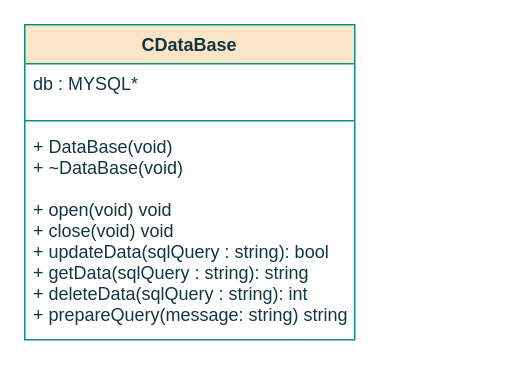
Above: page "CDatabase" (4 of 4) of documentation/flowcharts/RS/Classes.drawio in ESRGgroup9/slipad (draw.io), before the change. Source tidied: cells renumbered, new cells numbered last; positions are measured from the earlier drawing's top-left corner, leaving out a move shared by most shapes. Both pictures are drawn from the tidied source at 150%, with x=0, y=0 at pixel (24, 24).
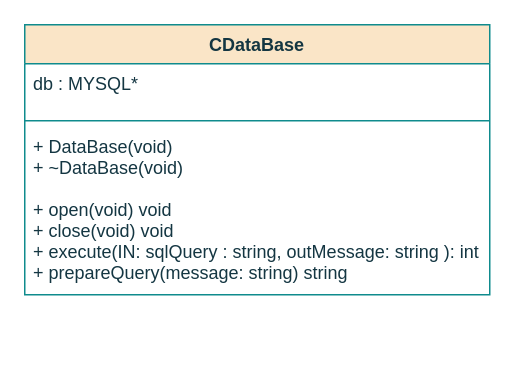
The same diagram, later.

Change to the diagram source:
```diff
@@
 <mxGraphModel>
   <root>
     <mxCell id="0" />
     <mxCell id="1" parent="0" />
     <mxCell id="2" value="CDataBase" style="swimlane;fontStyle=1;align=center;verticalAlign=top;horizontal=1;startSize=26;fillColor=#FAE5C7;strokeColor=#0F8B8D;fontColor=#143642;" parent="1" vertex="1">
-      <mxGeometry width="220" height="210" as="geometry" />
+      <mxGeometry width="310" height="180" as="geometry" />
     </mxCell>
     <mxCell id="3" value="db : MYSQL*" style="text;strokeColor=none;fillColor=none;align=left;verticalAlign=top;spacingLeft=4;spacingRight=4;overflow=hidden;fontColor=#143642;" parent="2" vertex="1">
-      <mxGeometry y="26" width="220" height="34" as="geometry" />
+      <mxGeometry y="26" width="310" height="34" as="geometry" />
     </mxCell>
     <mxCell id="4" style="line;strokeWidth=1;fillColor=none;align=left;verticalAlign=middle;spacingTop=-1;spacingLeft=3;spacingRight=3;labelPosition=right;labelBackgroundColor=#DAD2D8;strokeColor=#0F8B8D;fontColor=#143642;" parent="2" vertex="1">
-      <mxGeometry y="60" width="220" height="8" as="geometry" />
+      <mxGeometry y="60" width="310" height="8" as="geometry" />
     </mxCell>
-    <mxCell id="5" value="+ DataBase(void)&#10;+ ~DataBase(void)&#10;&#10;+ open(void) void&#10;+ close(void) void&#10;+ updateData(sqlQuery : string): bool&#10;+ getData(sqlQuery : string): string&#10;+ deleteData(sqlQuery : string): int&#10;+ prepareQuery(message: string) string" style="text;strokeColor=none;fillColor=none;align=left;verticalAlign=top;spacingLeft=4;spacingRight=4;overflow=hidden;fontColor=#143642;" parent="2" vertex="1">
-      <mxGeometry y="68" width="220" height="142" as="geometry" />
+    <mxCell id="5" value="+ DataBase(void)&#10;+ ~DataBase(void)&#10;&#10;+ open(void) void&#10;+ close(void) void&#10;+ execute(IN: sqlQuery : string, outMessage: string ): int&#10;+ prepareQuery(message: string) string" style="text;strokeColor=none;fillColor=none;align=left;verticalAlign=top;spacingLeft=4;spacingRight=4;overflow=hidden;fontColor=#143642;" parent="2" vertex="1">
+      <mxGeometry y="68" width="310" height="112" as="geometry" />
     </mxCell>
   </root>
 </mxGraphModel>
```
